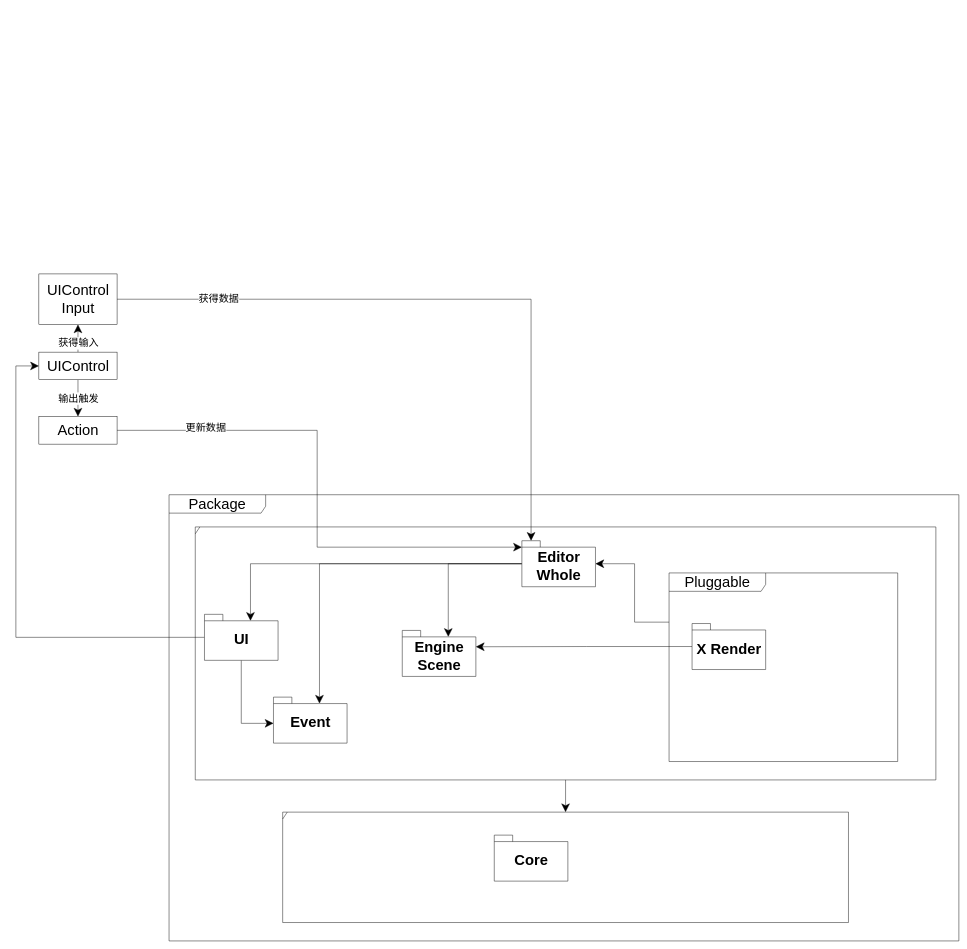
This is doc/新架构设计.drawio from Meta3D-Technology/Meta3D, a draw.io file, before an edit. Source tidied: cells renumbered, new cells numbered last; positions are measured from the earlier drawing's top-left corner, leaving out a move shared by most shapes. Both pictures are drawn from the tidied source at 46%, with x=0, y=0 at pixel (16, 274).
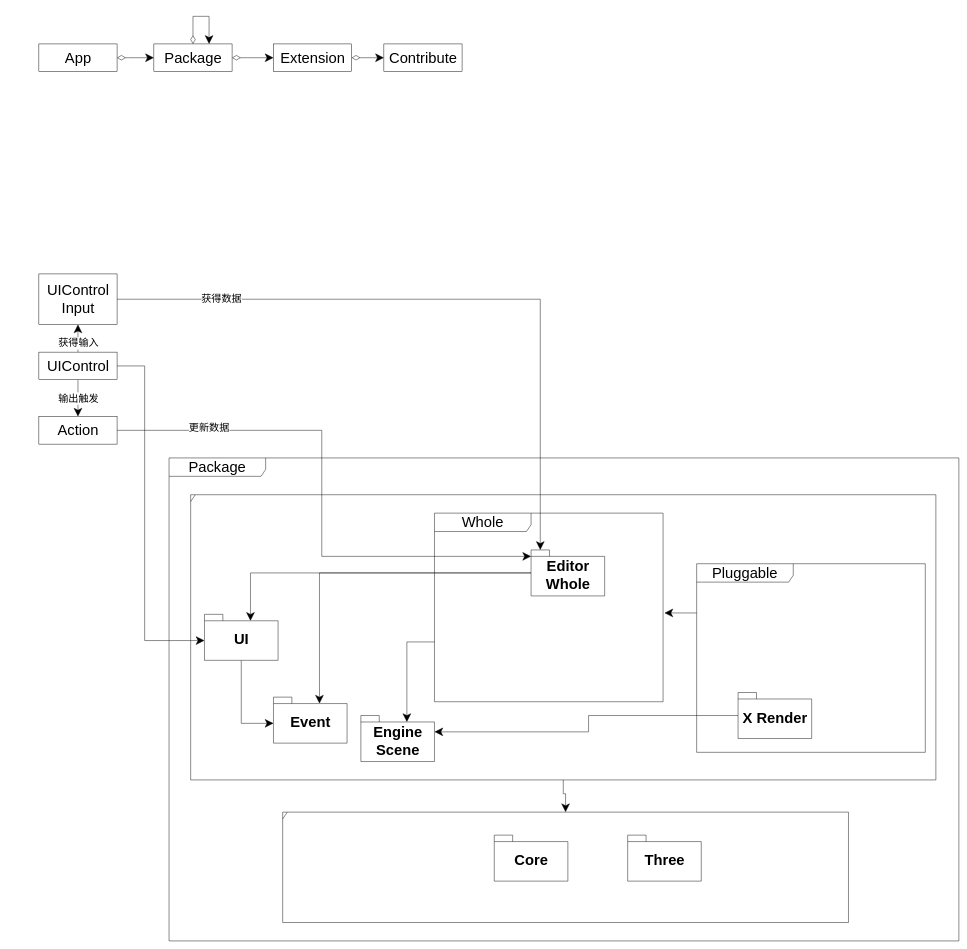
After the change.

Unchanged cells that the change refers to:
```xml
<mxCell id="23" value="UIControl" style="html=1;fontSize=32;" parent="1" vertex="1">
  <mxGeometry x="50" y="170" width="170" height="60" as="geometry" />
</mxCell>
<mxCell id="29" value="UI" style="shape=folder;fontStyle=1;spacingTop=10;tabWidth=40;tabHeight=14;tabPosition=left;html=1;fontSize=32;" parent="1" vertex="1">
  <mxGeometry x="410" y="740" width="160" height="100" as="geometry" />
</mxCell>
```

The edit, as a diff of the source:
```diff
@@
+    <mxCell id="31" value="&lt;font style=&quot;font-size: 32px&quot;&gt;Whole&lt;/font&gt;" style="shape=umlFrame;whiteSpace=wrap;html=1;width=210;height=40;fontSize=32;" parent="1" vertex="1">
+      <mxGeometry x="910" y="520" width="497" height="410" as="geometry" />
+    </mxCell>
     <mxCell id="2" value="&lt;font style=&quot;font-size: 32px&quot;&gt;Package&lt;/font&gt;" style="shape=umlFrame;whiteSpace=wrap;html=1;width=210;height=40;fontSize=32;" parent="1" vertex="1">
-      <mxGeometry x="333" y="480" width="1717" height="970" as="geometry" />
+      <mxGeometry x="333" y="400" width="1717" height="1050" as="geometry" />
     </mxCell>
@@
     <mxCell id="4" style="shape=umlFrame;whiteSpace=wrap;html=1;width=10;height=15;fontSize=32;" parent="1" vertex="1">
-      <mxGeometry x="390" y="550" width="1610" height="550" as="geometry" />
+      <mxGeometry x="380" y="480" width="1620" height="620" as="geometry" />
     </mxCell>
@@
-    <mxCell id="6" style="edgeStyle=orthogonalEdgeStyle;rounded=0;jettySize=auto;html=1;entryX=0;entryY=0;entryDx=100;entryDy=14;entryPerimeter=0;endSize=16;startSize=16;" parent="1" edge="1" source="9" target="11">
-      <mxGeometry relative="1" as="geometry" />
+    <mxCell id="6" style="edgeStyle=orthogonalEdgeStyle;rounded=0;jettySize=auto;html=1;entryX=0;entryY=0;entryDx=100;entryDy=14;entryPerimeter=0;endSize=16;startSize=16;" parent="1" edge="1" target="11">
+      <mxGeometry relative="1" as="geometry">
+        <mxPoint x="910" y="800" as="sourcePoint" />
+        <Array as="points">
+          <mxPoint x="850" y="800" />
+        </Array>
+      </mxGeometry>
     </mxCell>
@@
     <mxCell id="9" value="Editor&lt;br&gt;Whole" style="shape=folder;fontStyle=1;spacingTop=10;tabWidth=40;tabHeight=14;tabPosition=left;html=1;fontSize=32;" parent="1" vertex="1">
-      <mxGeometry x="1100" y="580" width="160" height="100" as="geometry" />
+      <mxGeometry x="1120" y="600" width="160" height="100" as="geometry" />
     </mxCell>
@@
     <mxCell id="11" value="Engine&lt;br&gt;Scene" style="shape=folder;fontStyle=1;spacingTop=10;tabWidth=40;tabHeight=14;tabPosition=left;html=1;fontSize=32;" parent="1" vertex="1">
-      <mxGeometry x="840" y="775" width="160" height="100" as="geometry" />
+      <mxGeometry x="750" y="960" width="160" height="100" as="geometry" />
     </mxCell>
-    <mxCell id="12" style="edgeStyle=orthogonalEdgeStyle;rounded=0;jettySize=auto;html=1;exitX=0;exitY=0.261;exitDx=0;exitDy=0;exitPerimeter=0;endSize=16;startSize=16;" parent="1" edge="1" source="13" target="9">
-      <mxGeometry relative="1" as="geometry" />
+    <mxCell id="12" style="edgeStyle=orthogonalEdgeStyle;rounded=0;jettySize=auto;html=1;exitX=0;exitY=0.261;exitDx=0;exitDy=0;exitPerimeter=0;endSize=16;startSize=16;" parent="1" edge="1" source="13">
+      <mxGeometry relative="1" as="geometry">
+        <mxPoint x="1410" y="737" as="targetPoint" />
+      </mxGeometry>
     </mxCell>
     <mxCell id="13" value="&lt;font style=&quot;font-size: 32px&quot;&gt;Pluggable&lt;/font&gt;" style="shape=umlFrame;whiteSpace=wrap;html=1;width=210;height=40;fontSize=32;" parent="1" vertex="1">
-      <mxGeometry x="1420" y="650" width="497" height="410" as="geometry" />
+      <mxGeometry x="1480" y="630" width="497" height="410" as="geometry" />
     </mxCell>
@@
     <mxCell id="15" value="X Render" style="shape=folder;fontStyle=1;spacingTop=10;tabWidth=40;tabHeight=14;tabPosition=left;html=1;fontSize=32;" parent="1" vertex="1">
-      <mxGeometry x="1470" y="760" width="160" height="100" as="geometry" />
+      <mxGeometry x="1570" y="910" width="160" height="100" as="geometry" />
     </mxCell>
@@
+    <mxCell id="32" style="edgeStyle=orthogonalEdgeStyle;rounded=0;jettySize=auto;html=1;entryX=0;entryY=0;entryDx=0;entryDy=57;entryPerimeter=0;startSize=16;endSize=16;" parent="1" edge="1" source="23" target="29">
+      <mxGeometry relative="1" as="geometry">
+        <Array as="points">
+          <mxPoint x="280" y="200" />
+          <mxPoint x="280" y="797" />
+        </Array>
+      </mxGeometry>
+    </mxCell>
@@
-    <mxCell id="27" style="edgeStyle=orthogonalEdgeStyle;rounded=0;jettySize=auto;html=1;endSize=16;startSize=16;entryX=0;entryY=0.5;entryDx=0;entryDy=0;" parent="1" edge="1" source="29" target="23">
-      <mxGeometry relative="1" as="geometry">
-        <Array as="points">
-          <mxPoint y="790" />
-          <mxPoint y="200" />
-        </Array>
-      </mxGeometry>
-    </mxCell>
@@
+    <mxCell id="33" value="Three" style="shape=folder;fontStyle=1;spacingTop=10;tabWidth=40;tabHeight=14;tabPosition=left;html=1;fontSize=32;" parent="1" vertex="1">
+      <mxGeometry x="1330" y="1220" width="160" height="100" as="geometry" />
+    </mxCell>
+    <mxCell id="34" style="edgeStyle=orthogonalEdgeStyle;rounded=0;jettySize=auto;html=1;startSize=16;endSize=16;entryX=0;entryY=0.5;entryDx=0;entryDy=0;startArrow=diamondThin;startFill=0;" parent="1" edge="1" source="35" target="37">
+      <mxGeometry relative="1" as="geometry" />
+    </mxCell>
+    <mxCell id="35" value="Package" style="html=1;fontSize=32;" parent="1" vertex="1">
+      <mxGeometry x="300" y="-500" width="170" height="60" as="geometry" />
+    </mxCell>
+    <mxCell id="36" style="edgeStyle=orthogonalEdgeStyle;rounded=0;jettySize=auto;html=1;startSize=16;endSize=16;startArrow=diamondThin;startFill=0;" parent="1" edge="1" source="37" target="38">
+      <mxGeometry relative="1" as="geometry" />
+    </mxCell>
+    <mxCell id="37" value="Extension" style="html=1;fontSize=32;" parent="1" vertex="1">
+      <mxGeometry x="560" y="-500" width="170" height="60" as="geometry" />
+    </mxCell>
+    <mxCell id="38" value="Contribute" style="html=1;fontSize=32;" parent="1" vertex="1">
+      <mxGeometry x="800" y="-500" width="170" height="60" as="geometry" />
+    </mxCell>
+    <mxCell id="39" style="edgeStyle=orthogonalEdgeStyle;rounded=0;jettySize=auto;html=1;startArrow=diamondThin;startFill=0;startSize=16;endSize=16;" parent="1" edge="1" source="35">
+      <mxGeometry relative="1" as="geometry">
+        <mxPoint x="420" y="-500" as="targetPoint" />
+        <Array as="points">
+          <mxPoint x="385" y="-560" />
+          <mxPoint x="420" y="-560" />
+        </Array>
+      </mxGeometry>
+    </mxCell>
+    <mxCell id="40" style="edgeStyle=orthogonalEdgeStyle;rounded=0;jettySize=auto;html=1;startSize=16;endSize=16;startArrow=diamondThin;startFill=0;" parent="1" edge="1" source="41">
+      <mxGeometry relative="1" as="geometry">
+        <mxPoint x="300" y="-470" as="targetPoint" />
+      </mxGeometry>
+    </mxCell>
+    <mxCell id="41" value="App" style="html=1;fontSize=32;" parent="1" vertex="1">
+      <mxGeometry x="50" y="-500" width="170" height="60" as="geometry" />
+    </mxCell>
```
